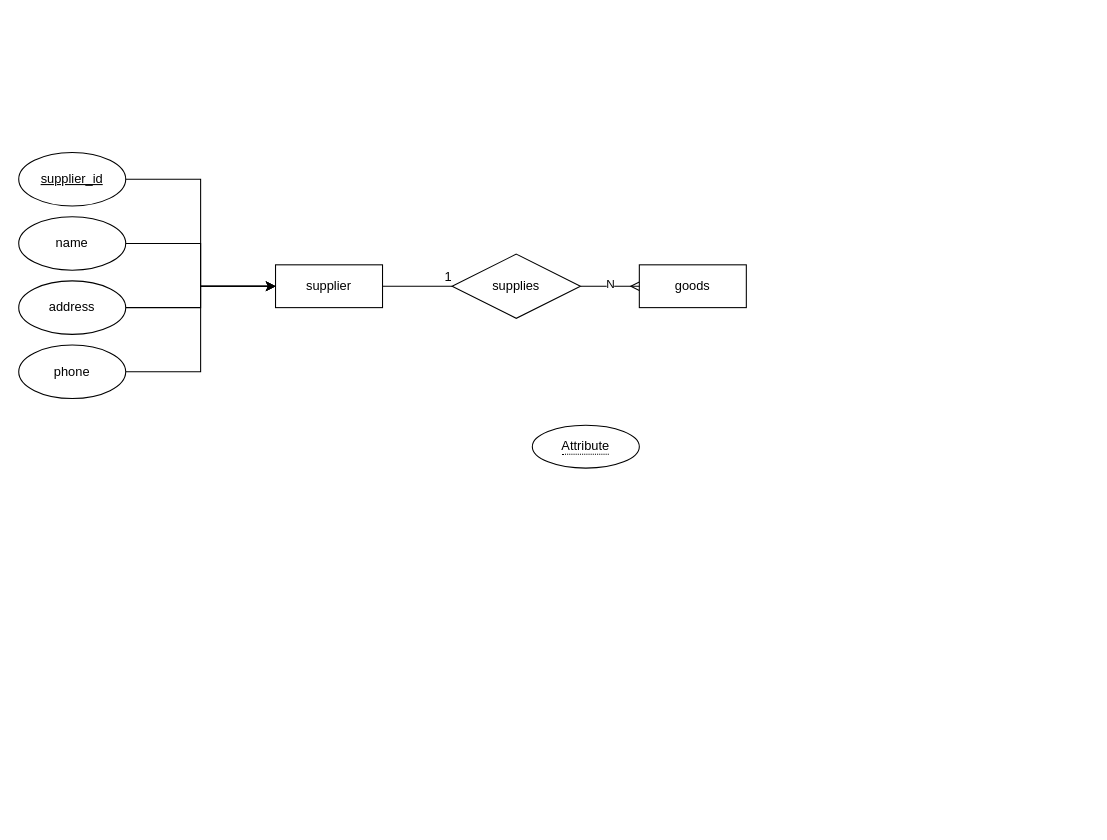
BoshiLee/ecommerce keeps this draw.io diagram as Untitled Diagram.drawio. Above is the earlier version. Source tidied: cells renumbered, new cells numbered last; positions are measured from the earlier drawing's top-left corner, leaving out a move shared by most shapes. Both pictures are drawn from the tidied source at 107%, with x=0, y=0 at pixel (18, 152).
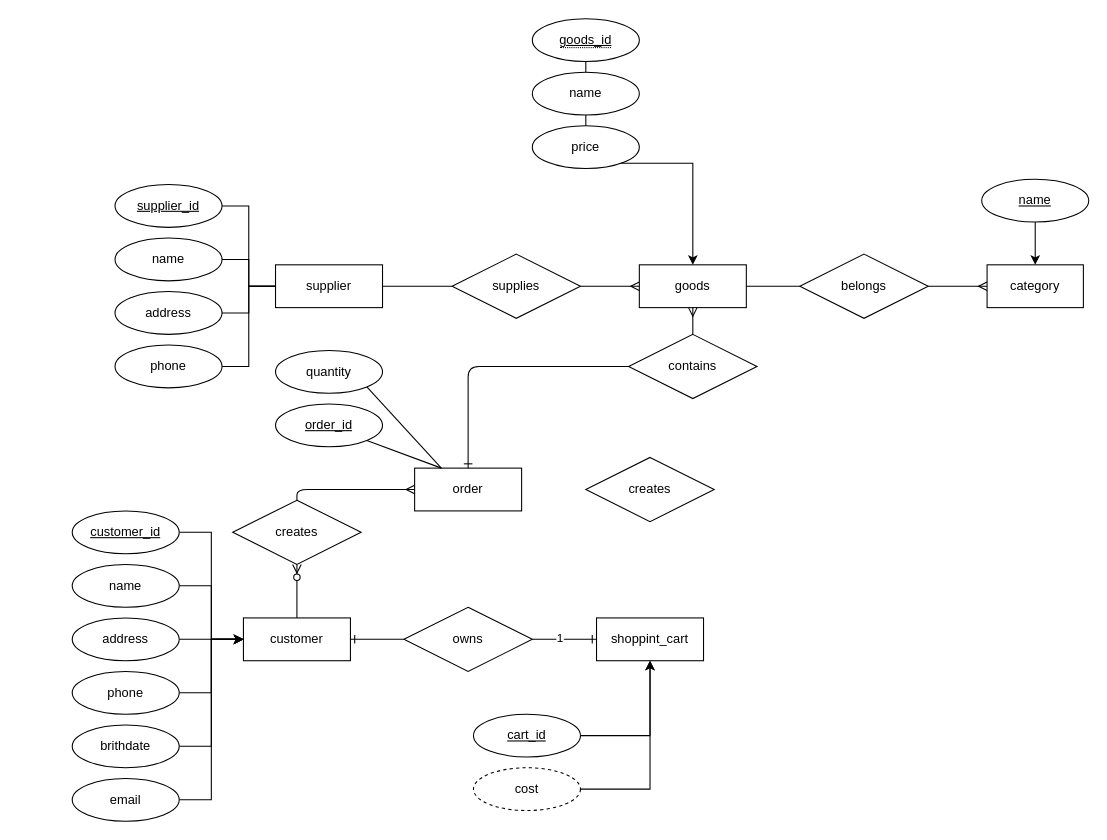
After the change.

The change refers to these unchanged cells:
```xml
<mxCell id="2" value="supplier" style="rounded=0;whiteSpace=wrap;html=1;" parent="1" vertex="1">
  <mxGeometry x="240" y="105" width="100" height="40" as="geometry" />
</mxCell>
<mxCell id="11" value="goods" style="whiteSpace=wrap;html=1;align=center;" parent="1" vertex="1">
  <mxGeometry x="580" y="105" width="100" height="40" as="geometry" />
</mxCell>
<mxCell id="13" value="supplies" style="shape=rhombus;perimeter=rhombusPerimeter;whiteSpace=wrap;html=1;align=center;" parent="1" vertex="1">
  <mxGeometry x="405" y="95" width="120" height="60" as="geometry" />
</mxCell>
<mxCell id="14" style="endArrow=none;html=1;rounded=0;exitX=1;exitY=0.5;exitDx=0;exitDy=0;entryX=0;entryY=0.5;entryDx=0;entryDy=0;" parent="1" edge="1" source="2" target="13">
  <mxGeometry relative="1" as="geometry" />
</mxCell>
```

What changed in the source:
```diff
@@
-    <mxCell id="3" style="edgeStyle=orthogonalEdgeStyle;rounded=0;jettySize=auto;html=1;exitX=1;exitY=0.5;exitDx=0;exitDy=0;entryX=0;entryY=0.5;entryDx=0;entryDy=0;" parent="1" edge="1" source="4" target="2">
-      <mxGeometry relative="1" as="geometry" />
-    </mxCell>
-    <mxCell id="4" value="supplier_id" style="ellipse;whiteSpace=wrap;html=1;fontStyle=4;" parent="1" vertex="1">
-      <mxGeometry width="100" height="50" as="geometry" />
-    </mxCell>
-    <mxCell id="5" style="edgeStyle=orthogonalEdgeStyle;rounded=0;jettySize=auto;html=1;entryX=0;entryY=0.5;entryDx=0;entryDy=0;" parent="1" edge="1" source="6" target="2">
-      <mxGeometry relative="1" as="geometry" />
-    </mxCell>
-    <mxCell id="6" value="name" style="ellipse;whiteSpace=wrap;html=1;" parent="1" vertex="1">
-      <mxGeometry y="60" width="100" height="50" as="geometry" />
-    </mxCell>
-    <mxCell id="7" style="edgeStyle=orthogonalEdgeStyle;rounded=0;jettySize=auto;html=1;entryX=0;entryY=0.5;entryDx=0;entryDy=0;" parent="1" edge="1" source="8" target="2">
-      <mxGeometry relative="1" as="geometry" />
-    </mxCell>
-    <mxCell id="8" value="address" style="ellipse;whiteSpace=wrap;html=1;" parent="1" vertex="1">
-      <mxGeometry y="120" width="100" height="50" as="geometry" />
-    </mxCell>
-    <mxCell id="9" style="edgeStyle=orthogonalEdgeStyle;rounded=0;jettySize=auto;html=1;entryX=0;entryY=0.5;entryDx=0;entryDy=0;" parent="1" edge="1" source="10" target="2">
-      <mxGeometry relative="1" as="geometry" />
-    </mxCell>
-    <mxCell id="10" value="phone" style="ellipse;whiteSpace=wrap;html=1;" parent="1" vertex="1">
-      <mxGeometry y="180" width="100" height="50" as="geometry" />
-    </mxCell>
@@
+    <mxCell id="18" style="edgeStyle=orthogonalEdgeStyle;rounded=0;jettySize=auto;html=1;" parent="1" edge="1" source="12" target="11">
+      <mxGeometry relative="1" as="geometry" />
+    </mxCell>
-    <mxCell id="12" value="&lt;span style=&quot;border-bottom: 1px dotted&quot;&gt;Attribute&lt;/span&gt;" style="ellipse;whiteSpace=wrap;html=1;align=center;" parent="1" vertex="1">
-      <mxGeometry x="480" y="255" width="100" height="40" as="geometry" />
+    <mxCell id="12" value="&lt;span style=&quot;border-bottom: 1px dotted&quot;&gt;goods_id&lt;/span&gt;" style="ellipse;whiteSpace=wrap;html=1;align=center;fontStyle=4;" parent="1" vertex="1">
+      <mxGeometry x="480" y="-125" width="100" height="40" as="geometry" />
     </mxCell>
@@
+    <mxCell id="16" style="edgeStyle=entityRelationEdgeStyle;fontSize=12;html=1;endArrow=ERmany;exitX=1;exitY=0.5;exitDx=0;exitDy=0;entryX=0;entryY=0.5;entryDx=0;entryDy=0;" parent="1" edge="1" source="13" target="11">
+      <mxGeometry relative="1" as="geometry" />
+    </mxCell>
+    <mxCell id="19" value="name" style="ellipse;whiteSpace=wrap;html=1;align=center;" parent="1" vertex="1">
+      <mxGeometry x="480" y="-75" width="100" height="40" as="geometry" />
+    </mxCell>
+    <mxCell id="20" value="price" style="ellipse;whiteSpace=wrap;html=1;align=center;" parent="1" vertex="1">
+      <mxGeometry x="480" y="-25" width="100" height="40" as="geometry" />
+    </mxCell>
+    <mxCell id="21" value="category" style="whiteSpace=wrap;html=1;align=center;" parent="1" vertex="1">
+      <mxGeometry x="905" y="105" width="90" height="40" as="geometry" />
+    </mxCell>
+    <mxCell id="22" value="belongs" style="shape=rhombus;perimeter=rhombusPerimeter;whiteSpace=wrap;html=1;align=center;" parent="1" vertex="1">
+      <mxGeometry x="730" y="95" width="120" height="60" as="geometry" />
+    </mxCell>
+    <mxCell id="23" style="edgeStyle=orthogonalEdgeStyle;rounded=0;jettySize=auto;html=1;" parent="1" edge="1" source="24" target="21">
+      <mxGeometry relative="1" as="geometry" />
+    </mxCell>
+    <mxCell id="24" value="name" style="ellipse;whiteSpace=wrap;html=1;align=center;fontStyle=4;" parent="1" vertex="1">
+      <mxGeometry x="900" y="25" width="100" height="40" as="geometry" />
+    </mxCell>
+    <mxCell id="25" value="customer" style="whiteSpace=wrap;html=1;align=center;" parent="1" vertex="1">
+      <mxGeometry x="210" y="435" width="100" height="40" as="geometry" />
+    </mxCell>
+    <mxCell id="26" style="edgeStyle=orthogonalEdgeStyle;rounded=0;jettySize=auto;html=1;exitX=1;exitY=0.5;exitDx=0;exitDy=0;entryX=0;entryY=0.5;entryDx=0;entryDy=0;" parent="1" edge="1" source="27" target="25">
+      <mxGeometry relative="1" as="geometry" />
+    </mxCell>
+    <mxCell id="27" value="brithdate" style="ellipse;whiteSpace=wrap;html=1;align=center;" parent="1" vertex="1">
+      <mxGeometry x="50" y="535" width="100" height="40" as="geometry" />
+    </mxCell>
+    <mxCell id="28" style="edgeStyle=orthogonalEdgeStyle;rounded=0;jettySize=auto;html=1;exitX=1;exitY=0.5;exitDx=0;exitDy=0;entryX=0;entryY=0.5;entryDx=0;entryDy=0;" parent="1" edge="1" source="29" target="25">
+      <mxGeometry relative="1" as="geometry" />
+    </mxCell>
+    <mxCell id="29" value="customer_id" style="ellipse;whiteSpace=wrap;html=1;align=center;fontStyle=4;" parent="1" vertex="1">
+      <mxGeometry x="50" y="335" width="100" height="40" as="geometry" />
+    </mxCell>
+    <mxCell id="30" style="edgeStyle=orthogonalEdgeStyle;rounded=0;jettySize=auto;html=1;entryX=0;entryY=0.5;entryDx=0;entryDy=0;" parent="1" edge="1" source="31" target="25">
+      <mxGeometry relative="1" as="geometry" />
+    </mxCell>
+    <mxCell id="31" value="name" style="ellipse;whiteSpace=wrap;html=1;align=center;" parent="1" vertex="1">
+      <mxGeometry x="50" y="385" width="100" height="40" as="geometry" />
+    </mxCell>
+    <mxCell id="32" style="edgeStyle=orthogonalEdgeStyle;rounded=0;jettySize=auto;html=1;" parent="1" edge="1" source="33" target="25">
+      <mxGeometry relative="1" as="geometry" />
+    </mxCell>
+    <mxCell id="33" value="address" style="ellipse;whiteSpace=wrap;html=1;align=center;" parent="1" vertex="1">
+      <mxGeometry x="50" y="435" width="100" height="40" as="geometry" />
+    </mxCell>
+    <mxCell id="34" style="edgeStyle=orthogonalEdgeStyle;rounded=0;jettySize=auto;html=1;entryX=0;entryY=0.5;entryDx=0;entryDy=0;" parent="1" edge="1" source="35" target="25">
+      <mxGeometry relative="1" as="geometry" />
+    </mxCell>
+    <mxCell id="35" value="phone" style="ellipse;whiteSpace=wrap;html=1;align=center;" parent="1" vertex="1">
+      <mxGeometry x="50" y="485" width="100" height="40" as="geometry" />
+    </mxCell>
+    <mxCell id="36" value="owns" style="shape=rhombus;perimeter=rhombusPerimeter;whiteSpace=wrap;html=1;align=center;" parent="1" vertex="1">
+      <mxGeometry x="360" y="425" width="120" height="60" as="geometry" />
+    </mxCell>
+    <mxCell id="37" value="shoppint_cart" style="whiteSpace=wrap;html=1;align=center;" parent="1" vertex="1">
+      <mxGeometry x="540" y="435" width="100" height="40" as="geometry" />
+    </mxCell>
+    <mxCell id="38" style="edgeStyle=entityRelationEdgeStyle;fontSize=12;html=1;endArrow=ERone;endFill=1;exitX=1;exitY=0.5;exitDx=0;exitDy=0;entryX=0;entryY=0.5;entryDx=0;entryDy=0;" parent="1" edge="1" source="36" target="37">
+      <mxGeometry relative="1" as="geometry" />
+    </mxCell>
-    <mxCell id="15" value="1" style="html=1;align=right;verticalAlign=bottom;" parent="14" vertex="1">
-      <mxGeometry x="1" relative="1" as="geometry" />
+    <mxCell id="15" value="1" style="edgeLabel;html=1;align=center;verticalAlign=middle;" parent="38" vertex="1">
+      <mxGeometry x="-0.17" y="2" relative="1" as="geometry" />
     </mxCell>
-    <mxCell id="16" style="edgeStyle=entityRelationEdgeStyle;fontSize=12;html=1;endArrow=ERmany;exitX=1;exitY=0.5;exitDx=0;exitDy=0;entryX=0;entryY=0.5;entryDx=0;entryDy=0;" parent="1" edge="1" source="13" target="11">
-      <mxGeometry relative="1" as="geometry" />
-    </mxCell>
-    <mxCell id="17" value="N" style="edgeLabel;html=1;align=center;verticalAlign=middle;" parent="16" vertex="1">
-      <mxGeometry x="-0.17" y="3" relative="1" as="geometry" />
-    </mxCell>
+    <mxCell id="39" style="edgeStyle=orthogonalEdgeStyle;rounded=0;jettySize=auto;html=1;entryX=0.5;entryY=1;entryDx=0;entryDy=0;" parent="1" edge="1" source="40" target="37">
+      <mxGeometry relative="1" as="geometry" />
+    </mxCell>
+    <mxCell id="40" value="cost" style="ellipse;whiteSpace=wrap;html=1;align=center;dashed=1;" parent="1" vertex="1">
+      <mxGeometry x="425" y="575" width="100" height="40" as="geometry" />
+    </mxCell>
+    <mxCell id="41" style="edgeStyle=orthogonalEdgeStyle;rounded=0;jettySize=auto;html=1;entryX=0.5;entryY=1;entryDx=0;entryDy=0;" parent="1" edge="1" source="42" target="37">
+      <mxGeometry relative="1" as="geometry" />
+    </mxCell>
+    <mxCell id="42" value="cart_id" style="ellipse;whiteSpace=wrap;html=1;align=center;fontStyle=4;" parent="1" vertex="1">
+      <mxGeometry x="425" y="525" width="100" height="40" as="geometry" />
+    </mxCell>
+    <mxCell id="43" value="contains" style="shape=rhombus;perimeter=rhombusPerimeter;whiteSpace=wrap;html=1;align=center;" parent="1" vertex="1">
+      <mxGeometry x="570" y="170" width="120" height="60" as="geometry" />
+    </mxCell>
+    <mxCell id="44" value="order" style="whiteSpace=wrap;html=1;align=center;" parent="1" vertex="1">
+      <mxGeometry x="370" y="295" width="100" height="40" as="geometry" />
+    </mxCell>
+    <mxCell id="45" style="edgeStyle=orthogonalEdgeStyle;rounded=0;jettySize=auto;html=1;entryX=0;entryY=0.5;entryDx=0;entryDy=0;" parent="1" edge="1" source="46" target="25">
+      <mxGeometry relative="1" as="geometry" />
+    </mxCell>
+    <mxCell id="46" value="email" style="ellipse;whiteSpace=wrap;html=1;align=center;" parent="1" vertex="1">
+      <mxGeometry x="50" y="585" width="100" height="40" as="geometry" />
+    </mxCell>
+    <mxCell id="47" style="endArrow=none;html=1;rounded=0;entryX=0;entryY=0.5;entryDx=0;entryDy=0;exitX=1;exitY=0.5;exitDx=0;exitDy=0;" parent="1" edge="1" source="11" target="22">
+      <mxGeometry relative="1" as="geometry" />
+    </mxCell>
+    <mxCell id="48" style="edgeStyle=entityRelationEdgeStyle;fontSize=12;html=1;endArrow=ERmany;entryX=0;entryY=0.5;entryDx=0;entryDy=0;exitX=1;exitY=0.5;exitDx=0;exitDy=0;" parent="1" edge="1" source="22" target="21">
+      <mxGeometry relative="1" as="geometry" />
+    </mxCell>
+    <mxCell id="49" style="fontSize=12;html=1;endArrow=ERone;endFill=1;exitX=0;exitY=0.5;exitDx=0;exitDy=0;entryX=0.5;entryY=0;entryDx=0;entryDy=0;edgeStyle=orthogonalEdgeStyle;" parent="1" edge="1" source="43" target="44">
+      <mxGeometry relative="1" as="geometry" />
+    </mxCell>
+    <mxCell id="50" style="fontSize=12;html=1;endArrow=ERmany;entryX=0.5;entryY=1;entryDx=0;entryDy=0;exitX=0.5;exitY=0;exitDx=0;exitDy=0;" parent="1" edge="1" source="43" target="11">
+      <mxGeometry relative="1" as="geometry" />
+    </mxCell>
+    <mxCell id="51" value="order_id" style="ellipse;whiteSpace=wrap;html=1;align=center;fontStyle=4;" parent="1" vertex="1">
+      <mxGeometry x="240" y="235" width="100" height="40" as="geometry" />
+    </mxCell>
+    <mxCell id="52" value="creates" style="shape=rhombus;perimeter=rhombusPerimeter;whiteSpace=wrap;html=1;align=center;" parent="1" vertex="1">
+      <mxGeometry x="200" y="325" width="120" height="60" as="geometry" />
+    </mxCell>
+    <mxCell id="53" style="fontSize=12;html=1;endArrow=ERmany;entryX=0;entryY=0.5;entryDx=0;entryDy=0;exitX=0.5;exitY=0;exitDx=0;exitDy=0;edgeStyle=orthogonalEdgeStyle;" parent="1" edge="1" source="52" target="44">
+      <mxGeometry relative="1" as="geometry" />
+    </mxCell>
+    <mxCell id="54" style="fontSize=12;html=1;endArrow=ERone;endFill=1;entryX=1;entryY=0.5;entryDx=0;entryDy=0;exitX=0;exitY=0.5;exitDx=0;exitDy=0;" parent="1" edge="1" source="36" target="25">
+      <mxGeometry relative="1" as="geometry" />
+    </mxCell>
+    <mxCell id="55" style="endArrow=none;html=1;rounded=0;exitX=1;exitY=1;exitDx=0;exitDy=0;entryX=0.25;entryY=0;entryDx=0;entryDy=0;" parent="1" edge="1" source="51" target="44">
+      <mxGeometry relative="1" as="geometry" />
+    </mxCell>
+    <mxCell id="56" style="fontSize=12;html=1;endArrow=ERzeroToMany;endFill=1;exitX=0.5;exitY=0;exitDx=0;exitDy=0;entryX=0.5;entryY=1;entryDx=0;entryDy=0;edgeStyle=orthogonalEdgeStyle;" parent="1" edge="1" source="25" target="52">
+      <mxGeometry relative="1" as="geometry" />
+    </mxCell>
+    <mxCell id="57" value="quantity" style="ellipse;whiteSpace=wrap;html=1;align=center;" parent="1" vertex="1">
+      <mxGeometry x="240" y="185" width="100" height="40" as="geometry" />
+    </mxCell>
+    <mxCell id="58" style="endArrow=none;html=1;rounded=0;exitX=0.25;exitY=0;exitDx=0;exitDy=0;entryX=1;entryY=1;entryDx=0;entryDy=0;" parent="1" edge="1" source="44" target="57">
+      <mxGeometry relative="1" as="geometry" />
+    </mxCell>
+    <mxCell id="4" value="supplier_id" style="ellipse;whiteSpace=wrap;html=1;align=center;fontStyle=4;" parent="1" vertex="1">
+      <mxGeometry x="90" y="30" width="100" height="40" as="geometry" />
+    </mxCell>
+    <mxCell id="59" value="name" style="ellipse;whiteSpace=wrap;html=1;align=center;" parent="1" vertex="1">
+      <mxGeometry x="90" y="80" width="100" height="40" as="geometry" />
+    </mxCell>
+    <mxCell id="60" value="address" style="ellipse;whiteSpace=wrap;html=1;align=center;" parent="1" vertex="1">
+      <mxGeometry x="90" y="130" width="100" height="40" as="geometry" />
+    </mxCell>
+    <mxCell id="61" value="phone" style="ellipse;whiteSpace=wrap;html=1;align=center;" parent="1" vertex="1">
+      <mxGeometry x="90" y="180" width="100" height="40" as="geometry" />
+    </mxCell>
+    <mxCell id="62" style="endArrow=none;html=1;rounded=0;exitX=1;exitY=0.5;exitDx=0;exitDy=0;entryX=0;entryY=0.5;entryDx=0;entryDy=0;edgeStyle=orthogonalEdgeStyle;" parent="1" edge="1" source="59" target="2">
+      <mxGeometry relative="1" as="geometry" />
+    </mxCell>
+    <mxCell id="3" style="endArrow=none;html=1;rounded=0;exitX=1;exitY=0.5;exitDx=0;exitDy=0;entryX=0;entryY=0.5;entryDx=0;entryDy=0;edgeStyle=orthogonalEdgeStyle;" parent="1" edge="1" source="4" target="2">
+      <mxGeometry relative="1" as="geometry" />
+    </mxCell>
+    <mxCell id="63" style="endArrow=none;html=1;rounded=0;exitX=1;exitY=0.5;exitDx=0;exitDy=0;entryX=0;entryY=0.5;entryDx=0;entryDy=0;edgeStyle=orthogonalEdgeStyle;" parent="1" edge="1" source="60" target="2">
+      <mxGeometry relative="1" as="geometry" />
+    </mxCell>
+    <mxCell id="64" style="endArrow=none;html=1;rounded=0;exitX=1;exitY=0.5;exitDx=0;exitDy=0;entryX=0;entryY=0.5;entryDx=0;entryDy=0;edgeStyle=orthogonalEdgeStyle;" parent="1" edge="1" source="61" target="2">
+      <mxGeometry relative="1" as="geometry" />
+    </mxCell>
+    <mxCell id="65" value="creates" style="shape=rhombus;perimeter=rhombusPerimeter;whiteSpace=wrap;html=1;align=center;" parent="1" vertex="1">
+      <mxGeometry x="530" y="285" width="120" height="60" as="geometry" />
+    </mxCell>
```
